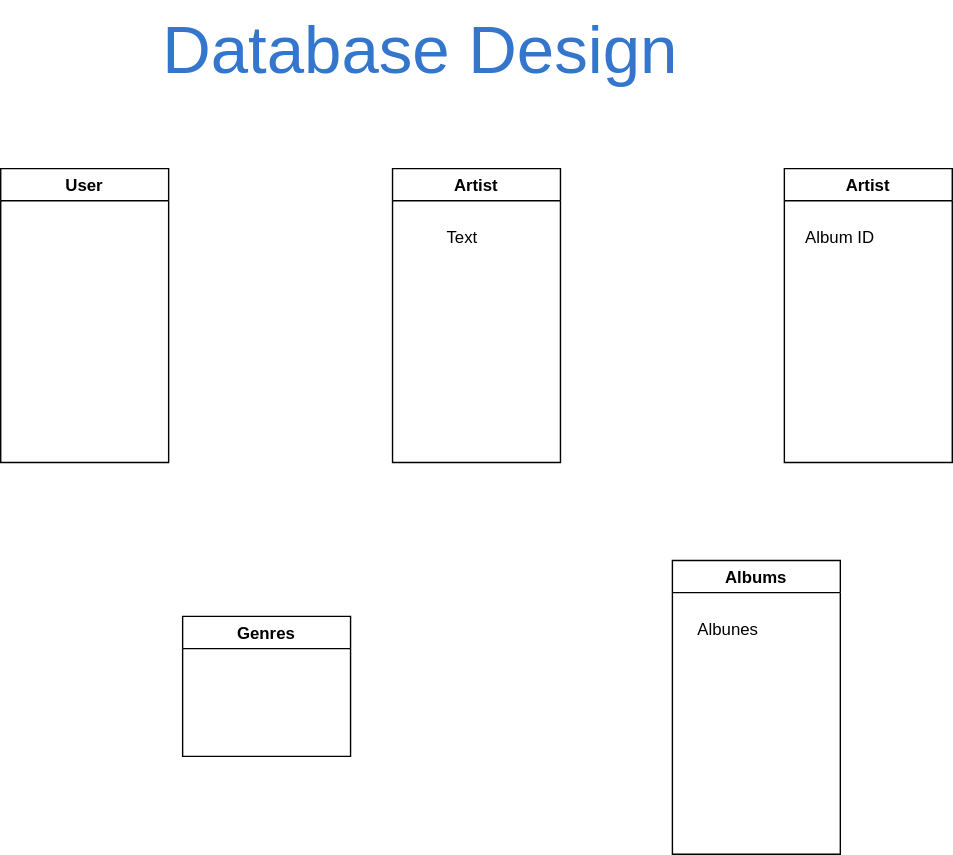
Above: BBDD/DatabaseDesign.drawio.svg in FernandoFH/Spotify-clone (draw.io), before the change. Source tidied: cells renumbered, new cells last; positions are measured from the earlier drawing's top-left corner, leaving out a move shared by most shapes.
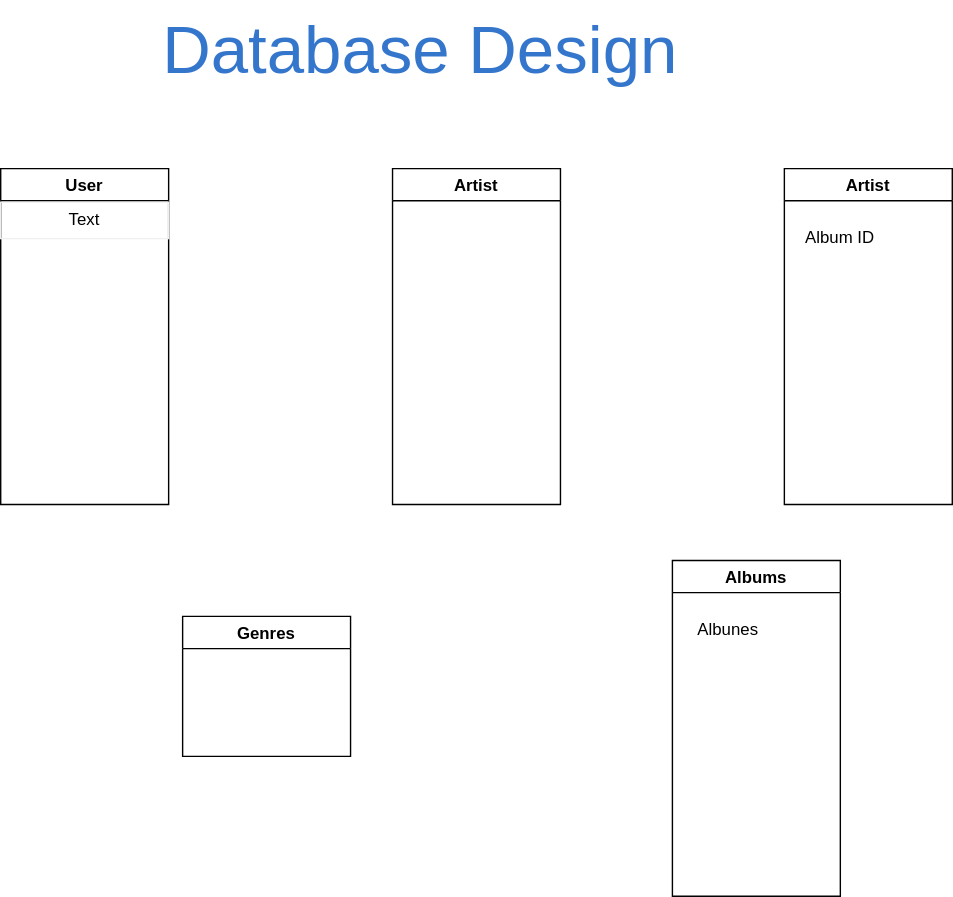
The same diagram one commit later.

Diff of the diagram source:
```diff
@@ -5,23 +5,23 @@
     <mxCell id="2" value="&lt;h1 class=&quot;title&quot; id=&quot;page-title&quot; style=&quot;margin: 0px 0px 10px ; padding: 0px ; border: 0px ; outline: 0px ; vertical-align: baseline ; font-stretch: inherit ; line-height: 1.2 ; font-family: &amp;#34;aleo regular&amp;#34; , sans-serif ; font-weight: normal ; color: rgb(52 , 118 , 204) ; width: 600px&quot;&gt;&lt;font style=&quot;font-size: 48px&quot;&gt;Database Design&lt;/font&gt;&lt;/h1&gt;" style="text;html=1;strokeColor=none;fillColor=none;align=center;verticalAlign=middle;whiteSpace=wrap;rounded=0;" parent="1" vertex="1">
       <mxGeometry x="80" width="440" height="80" as="geometry" />
     </mxCell>
-    <mxCell id="3" value="Artist" style="swimlane;" parent="1" vertex="1">
-      <mxGeometry x="280" y="120" width="120" height="210" as="geometry" />
+    <mxCell id="3" value="Artist" style="swimlane;startSize=23;" parent="1" vertex="1">
+      <mxGeometry x="280" y="120" width="120" height="240" as="geometry" />
     </mxCell>
+    <mxCell id="5" value="User" style="swimlane;" parent="1" vertex="1">
+      <mxGeometry y="120" width="120" height="240" as="geometry" />
+    </mxCell>
-    <mxCell id="4" value="Text" style="text;html=1;strokeColor=none;fillColor=none;align=center;verticalAlign=middle;whiteSpace=wrap;rounded=0;" parent="3" vertex="1">
-      <mxGeometry x="10" y="40" width="80" height="20" as="geometry" />
+    <mxCell id="4" value="Text" style="text;html=1;fillColor=none;align=center;verticalAlign=middle;whiteSpace=wrap;rounded=0;strokeWidth=1;strokeColor=#f0f0f0;" parent="5" vertex="1">
+      <mxGeometry y="24" width="120" height="26" as="geometry" />
     </mxCell>
-    <mxCell id="5" value="User" style="swimlane;" parent="1" vertex="1">
-      <mxGeometry y="120" width="120" height="210" as="geometry" />
-    </mxCell>
     <mxCell id="6" value="Artist" style="swimlane;" parent="1" vertex="1">
-      <mxGeometry x="560" y="120" width="120" height="210" as="geometry" />
+      <mxGeometry x="560" y="120" width="120" height="240" as="geometry" />
     </mxCell>
     <mxCell id="7" value="Album ID" style="text;html=1;strokeColor=none;fillColor=none;align=center;verticalAlign=middle;whiteSpace=wrap;rounded=0;" parent="6" vertex="1">
       <mxGeometry y="40" width="80" height="20" as="geometry" />
     </mxCell>
     <mxCell id="8" value="Albums" style="swimlane;" parent="1" vertex="1">
-      <mxGeometry x="480" y="400" width="120" height="210" as="geometry" />
+      <mxGeometry x="480" y="400" width="120" height="240" as="geometry" />
     </mxCell>
     <mxCell id="9" value="Albunes" style="text;html=1;strokeColor=none;fillColor=none;align=center;verticalAlign=middle;whiteSpace=wrap;rounded=0;" parent="8" vertex="1">
       <mxGeometry y="40" width="80" height="20" as="geometry" />
```
